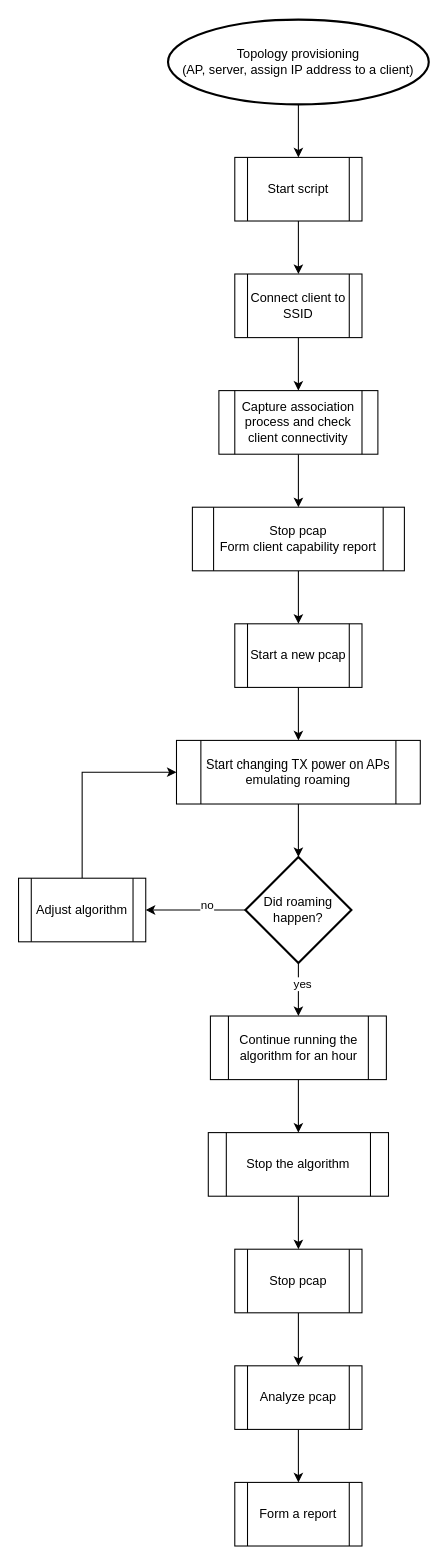
The draw.io diagram docs/flow_chart.drawio in skhomm/wifi-clients-test-suite, before the edit. Source tidied: cells renumbered, new cells numbered last; positions are measured from the earlier drawing's top-left corner, leaving out a move shared by most shapes. Both pictures are drawn from the tidied source at 106%, with x=0, y=0 at pixel (18, 19).
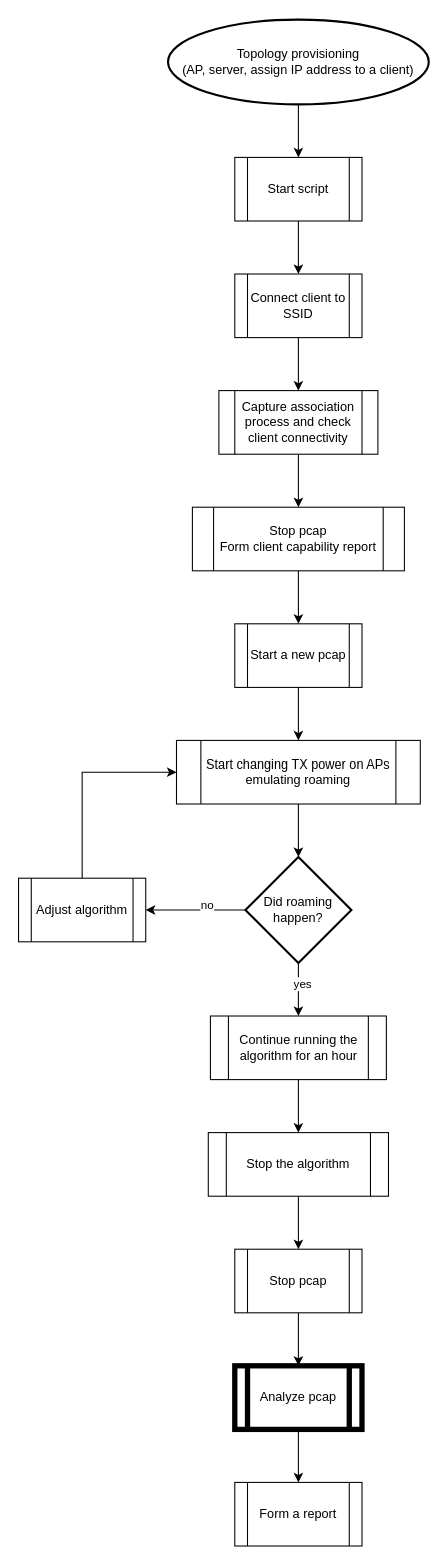
The same page after the edit.

Change to the diagram source:
```diff
@@
-    <mxCell id="12" value="Analyze pcap" style="shape=process;whiteSpace=wrap;html=1;backgroundOutline=1;" parent="1" vertex="1">
+    <mxCell id="12" value="Analyze pcap" style="shape=process;whiteSpace=wrap;html=1;backgroundOutline=1;strokeWidth=5;" parent="1" vertex="1">
       <mxGeometry x="204" y="1270" width="120" height="60" as="geometry" />
     </mxCell>
```
